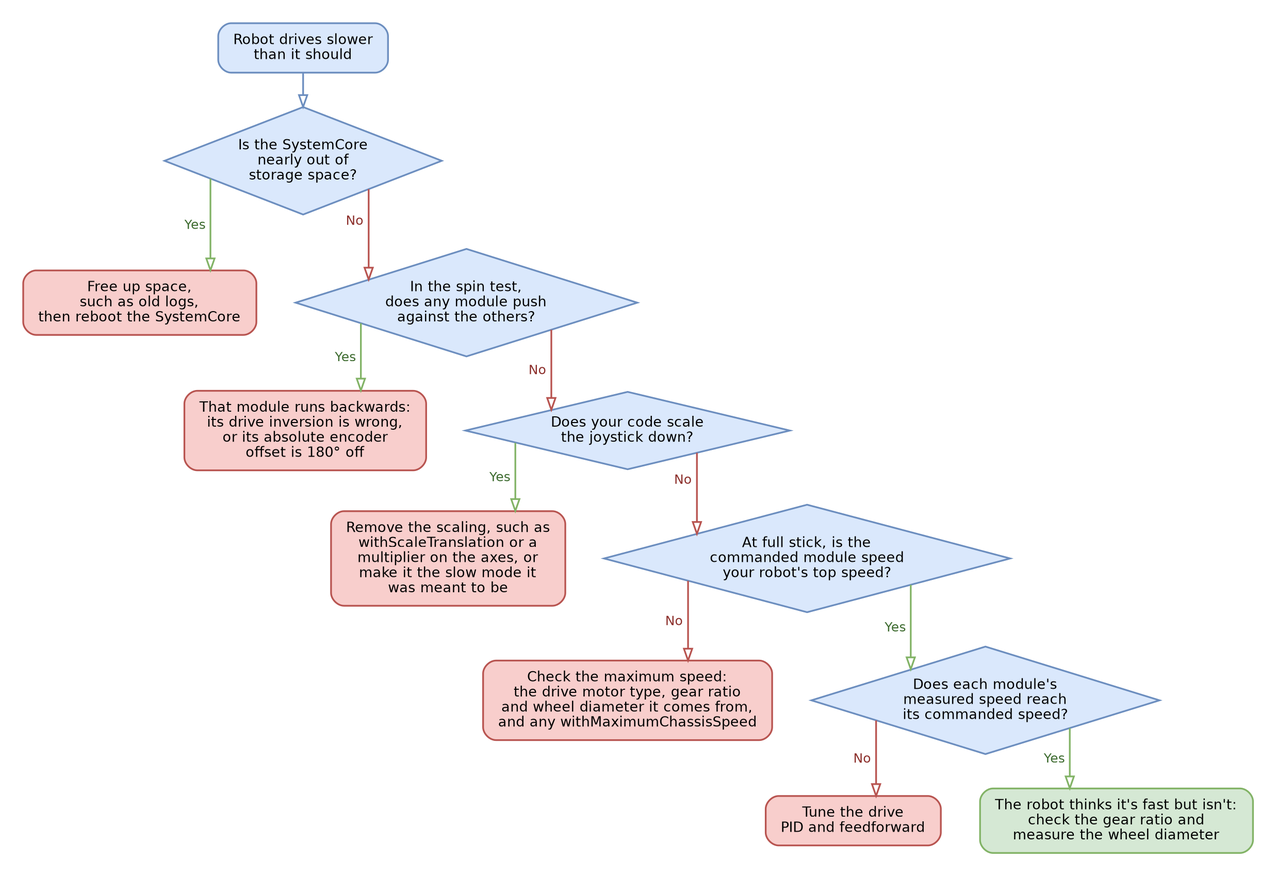
The Graphviz diagram .gitbook/assets/yagsl-flowchart-slow.png in Yet-Another-Software-Suite/YAGSL-gitbook, before a commit. Its source is kept beside it as .gitbook/assets/yagsl-flowchart-slow.dot.
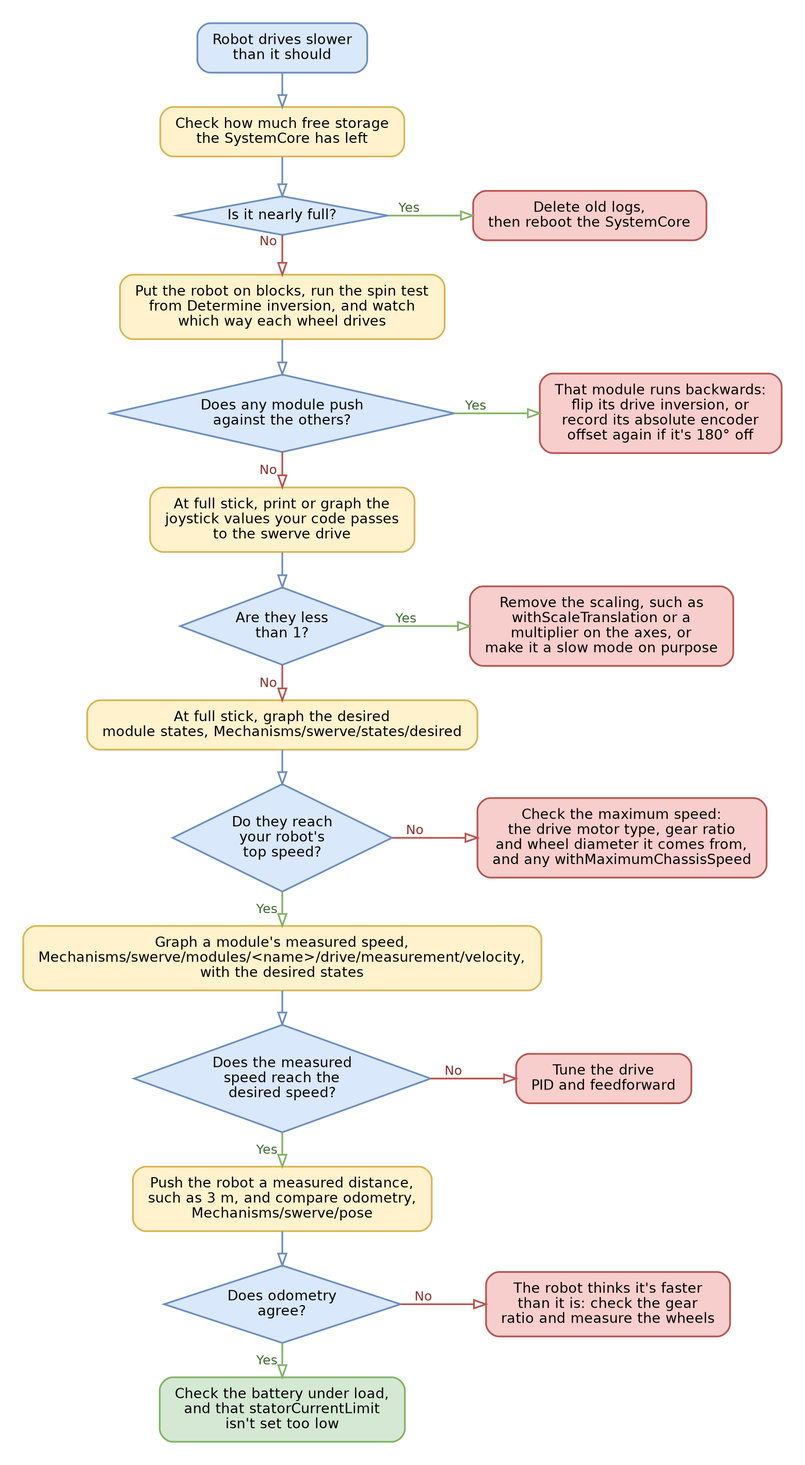
The same file after the commit.

Commit message:
Troubleshooting flowcharts: add how-to-check steps; check a module's build last

What changed in the source:
```diff
@@ -2,27 +2,50 @@
   graph [rankdir=TB, nodesep=0.5, ranksep=0.45, pad=0.3, bgcolor="white", dpi=150, splines=ortho];
   node  [fontname="DejaVu Sans", fontsize=13, margin="0.2,0.12", penwidth=1.6];
   edge  [fontname="DejaVu Sans", fontsize=12, penwidth=1.6, arrowhead=onormal, arrowsize=1.1];
+  graph [nodesep=1.1];
   s [label="Robot drives slower\nthan it should", shape=box, style="rounded,filled", fillcolor="#dae8fc", color="#6c8ebf"];
-  q1 [label="Is the SystemCore\nnearly out of\nstorage space?", shape=diamond, style=filled, fillcolor="#dae8fc", color="#6c8ebf", margin="0.05,0.05"];
-  f1 [label="Free up space,\nsuch as old logs,\nthen reboot the SystemCore", shape=box, style="rounded,filled", fillcolor="#f8cecc", color="#b85450"];
-  q2 [label="In the spin test,\ndoes any module push\nagainst the others?", shape=diamond, style=filled, fillcolor="#dae8fc", color="#6c8ebf", margin="0.05,0.05"];
-  f2 [label="That module runs backwards:\nits drive inversion is wrong,\nor its absolute encoder\noffset is 180° off", shape=box, style="rounded,filled", fillcolor="#f8cecc", color="#b85450"];
-  q3 [label="Does your code scale\nthe joystick down?", shape=diamond, style=filled, fillcolor="#dae8fc", color="#6c8ebf", margin="0.05,0.05"];
-  f3 [label="Remove the scaling, such as\nwithScaleTranslation or a\nmultiplier on the axes, or\nmake it the slow mode it\nwas meant to be", shape=box, style="rounded,filled", fillcolor="#f8cecc", color="#b85450"];
-  q4 [label="At full stick, is the\ncommanded module speed\nyour robot's top speed?", shape=diamond, style=filled, fillcolor="#dae8fc", color="#6c8ebf", margin="0.05,0.05"];
+  h1 [label="Check how much free storage\nthe SystemCore has left", shape=box, style="rounded,filled", fillcolor="#fff2cc", color="#d6b656"];
+  q1 [label="Is it nearly full?", shape=diamond, style=filled, fillcolor="#dae8fc", color="#6c8ebf", margin="0.05,0.05"];
+  f1 [label="Delete old logs,\nthen reboot the SystemCore", shape=box, style="rounded,filled", fillcolor="#f8cecc", color="#b85450"];
+  {rank=same; q1; f1;}
+  s -> h1 [color="#6c8ebf", weight=10];
+  h1 -> q1 [color="#6c8ebf", weight=10];
+  q1 -> f1 [xlabel=" Yes ", color="#82b366", fontcolor="#3d6b2f"];
+  q1 -> h2 [xlabel=" No ", color="#b85450", fontcolor="#8c2f2b", weight=10];
+  h2 [label="Put the robot on blocks, run the spin test\nfrom Determine inversion, and watch\nwhich way each wheel drives", shape=box, style="rounded,filled", fillcolor="#fff2cc", color="#d6b656"];
+  q2 [label="Does any module push\nagainst the others?", shape=diamond, style=filled, fillcolor="#dae8fc", color="#6c8ebf", margin="0.05,0.05"];
+  f2 [label="That module runs backwards:\nflip its drive inversion, or\nrecord its absolute encoder\noffset again if it's 180° off", shape=box, style="rounded,filled", fillcolor="#f8cecc", color="#b85450"];
+  {rank=same; q2; f2;}
+  h2 -> q2 [color="#6c8ebf", weight=10];
+  q2 -> f2 [xlabel=" Yes ", color="#82b366", fontcolor="#3d6b2f"];
+  q2 -> h3 [xlabel=" No ", color="#b85450", fontcolor="#8c2f2b", weight=10];
+  h3 [label="At full stick, print or graph the\njoystick values your code passes\nto the swerve drive", shape=box, style="rounded,filled", fillcolor="#fff2cc", color="#d6b656"];
+  q3 [label="Are they less\nthan 1?", shape=diamond, style=filled, fillcolor="#dae8fc", color="#6c8ebf", margin="0.05,0.05"];
+  f3 [label="Remove the scaling, such as\nwithScaleTranslation or a\nmultiplier on the axes, or\nmake it a slow mode on purpose", shape=box, style="rounded,filled", fillcolor="#f8cecc", color="#b85450"];
+  {rank=same; q3; f3;}
+  h3 -> q3 [color="#6c8ebf", weight=10];
+  q3 -> f3 [xlabel=" Yes ", color="#82b366", fontcolor="#3d6b2f"];
+  q3 -> h4 [xlabel=" No ", color="#b85450", fontcolor="#8c2f2b", weight=10];
+  h4 [label="At full stick, graph the desired\nmodule states, Mechanisms/swerve/states/desired", shape=box, style="rounded,filled", fillcolor="#fff2cc", color="#d6b656"];
+  q4 [label="Do they reach\nyour robot's\ntop speed?", shape=diamond, style=filled, fillcolor="#dae8fc", color="#6c8ebf", margin="0.05,0.05"];
   f4 [label="Check the maximum speed:\nthe drive motor type, gear ratio\nand wheel diameter it comes from,\nand any withMaximumChassisSpeed", shape=box, style="rounded,filled", fillcolor="#f8cecc", color="#b85450"];
-  q5 [label="Does each module's\nmeasured speed reach\nits commanded speed?", shape=diamond, style=filled, fillcolor="#dae8fc", color="#6c8ebf", margin="0.05,0.05"];
+  {rank=same; q4; f4;}
+  h4 -> q4 [color="#6c8ebf", weight=10];
+  q4 -> f4 [xlabel=" No ", color="#b85450", fontcolor="#8c2f2b"];
+  q4 -> h5 [xlabel=" Yes ", color="#82b366", fontcolor="#3d6b2f", weight=10];
+  h5 [label="Graph a module's measured speed,\nMechanisms/swerve/modules/<name>/drive/measurement/velocity,\nwith the desired states", shape=box, style="rounded,filled", fillcolor="#fff2cc", color="#d6b656"];
+  q5 [label="Does the measured\nspeed reach the\ndesired speed?", shape=diamond, style=filled, fillcolor="#dae8fc", color="#6c8ebf", margin="0.05,0.05"];
   f5 [label="Tune the drive\nPID and feedforward", shape=box, style="rounded,filled", fillcolor="#f8cecc", color="#b85450"];
-  d [label="The robot thinks it's fast but isn't:\ncheck the gear ratio and\nmeasure the wheel diameter", shape=box, style="rounded,filled", fillcolor="#d5e8d4", color="#82b366"];
-  s -> q1 [color="#6c8ebf"];
-  q1 -> f1 [xlabel=" Yes ", color="#82b366", fontcolor="#3d6b2f"];
-  q1 -> q2 [xlabel=" No ", color="#b85450", fontcolor="#8c2f2b"];
-  q2 -> f2 [xlabel=" Yes ", color="#82b366", fontcolor="#3d6b2f"];
-  q2 -> q3 [xlabel=" No ", color="#b85450", fontcolor="#8c2f2b"];
-  q3 -> f3 [xlabel=" Yes ", color="#82b366", fontcolor="#3d6b2f"];
-  q3 -> q4 [xlabel=" No ", color="#b85450", fontcolor="#8c2f2b"];
-  q4 -> f4 [xlabel=" No ", color="#b85450", fontcolor="#8c2f2b"];
-  q4 -> q5 [xlabel=" Yes ", color="#82b366", fontcolor="#3d6b2f"];
+  {rank=same; q5; f5;}
+  h5 -> q5 [color="#6c8ebf", weight=10];
   q5 -> f5 [xlabel=" No ", color="#b85450", fontcolor="#8c2f2b"];
-  q5 -> d [xlabel=" Yes ", color="#82b366", fontcolor="#3d6b2f"];
+  q5 -> h6 [xlabel=" Yes ", color="#82b366", fontcolor="#3d6b2f", weight=10];
+  h6 [label="Push the robot a measured distance,\nsuch as 3 m, and compare odometry,\nMechanisms/swerve/pose", shape=box, style="rounded,filled", fillcolor="#fff2cc", color="#d6b656"];
+  q6 [label="Does odometry\nagree?", shape=diamond, style=filled, fillcolor="#dae8fc", color="#6c8ebf", margin="0.05,0.05"];
+  f6 [label="The robot thinks it's faster\nthan it is: check the gear\nratio and measure the wheels", shape=box, style="rounded,filled", fillcolor="#f8cecc", color="#b85450"];
+  {rank=same; q6; f6;}
+  h6 -> q6 [color="#6c8ebf", weight=10];
+  q6 -> f6 [xlabel=" No ", color="#b85450", fontcolor="#8c2f2b"];
+  q6 -> d [xlabel=" Yes ", color="#82b366", fontcolor="#3d6b2f", weight=10];
+  d [label="Check the battery under load,\nand that statorCurrentLimit\nisn't set too low", shape=box, style="rounded,filled", fillcolor="#d5e8d4", color="#82b366"];
 }
```
